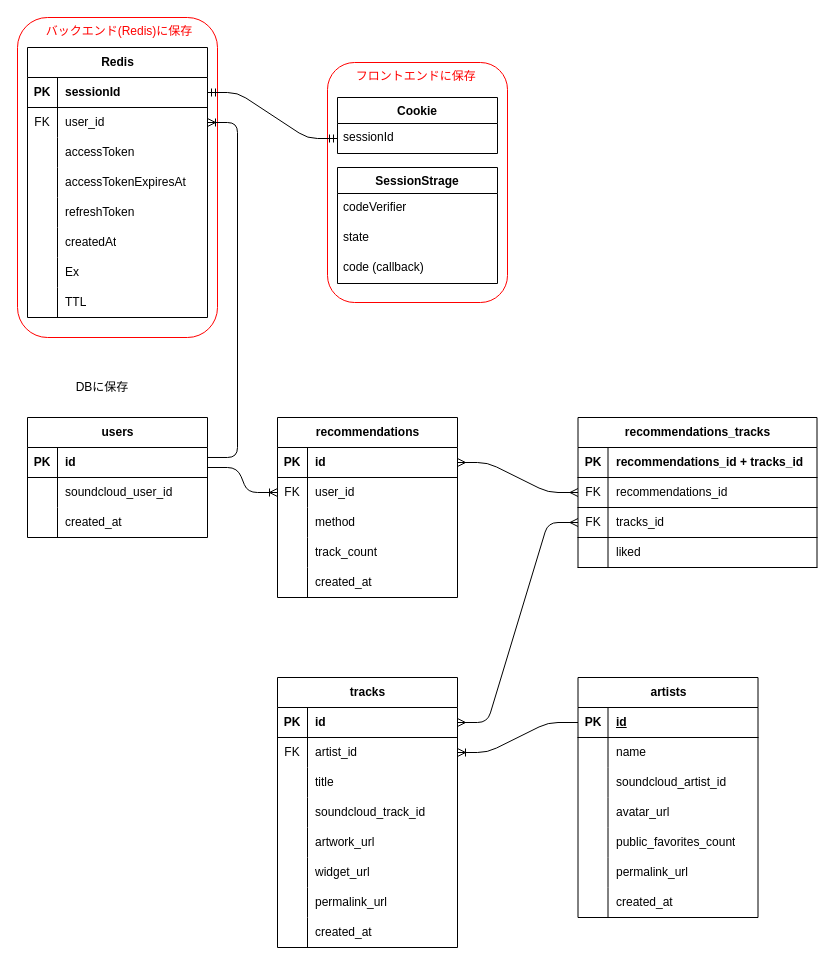
Before: docs/er-diagram.drawio in eito0518/digbeats-v3, a draw.io diagram. Source tidied: cells renumbered, new cells numbered last; positions are measured from the earlier drawing's top-left corner, leaving out a move shared by most shapes. Both pictures are drawn from the tidied source at 100%, with x=0, y=0 at pixel (17, 17).
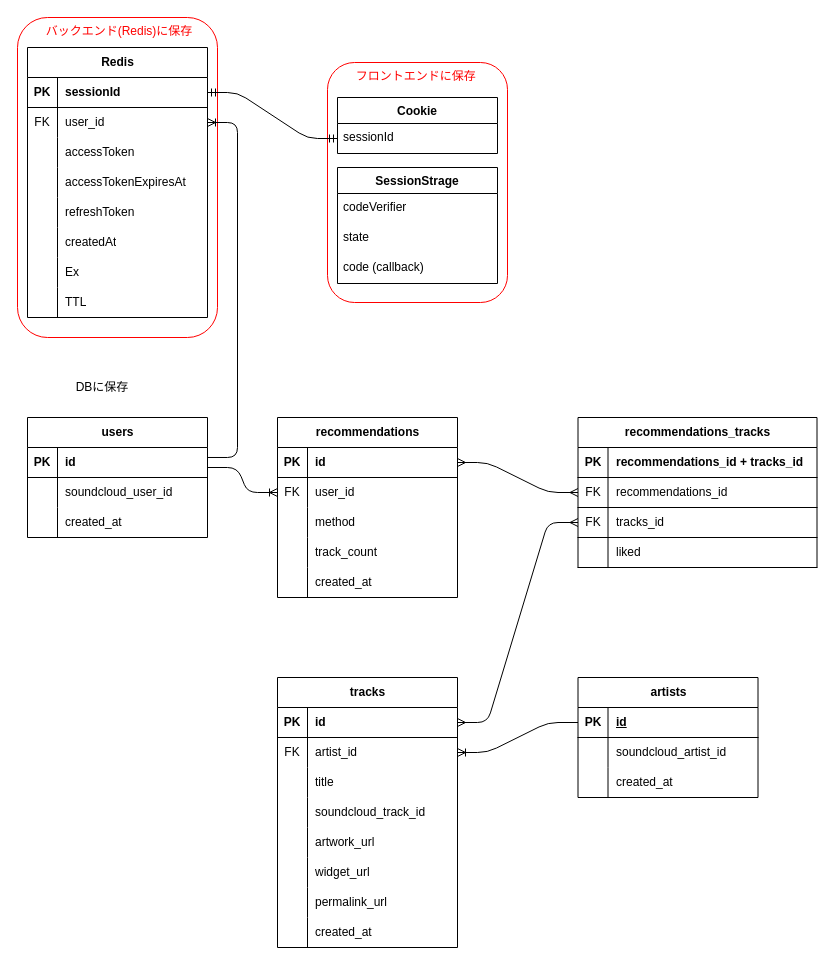
Above is the later version.

Commit message (it also covers changes not shown here):
feat(api): implement fetchFollowings API with ArtistInfo VO and update artists DB schema

What changed in the source:
```diff
@@
     <mxCell id="87" value="artists" style="shape=table;startSize=30;childLayout=tableLayout;rowLines=0;fontStyle=1;align=center;html=1;" parent="1" vertex="1">
-      <mxGeometry x="560.5" y="660" width="180" height="240" as="geometry" />
+      <mxGeometry x="560.5" y="660" width="180" height="120" as="geometry" />
     </mxCell>
@@
-    <mxCell id="91" style="shape=tableRow;horizontal=0;startSize=0;swimlaneHead=0;swimlaneBody=0;fillColor=none;top=0;left=0;right=0;bottom=0;" parent="87" vertex="1">
-      <mxGeometry y="60" width="180" height="30" as="geometry" />
-    </mxCell>
-    <mxCell id="92" style="shape=partialRectangle;fillColor=none;top=0;left=0;bottom=0;right=0;overflow=hidden;whiteSpace=wrap;html=1;" parent="91" vertex="1">
-      <mxGeometry width="30" height="30" as="geometry" />
-    </mxCell>
-    <mxCell id="93" value="name" style="shape=partialRectangle;fillColor=none;top=0;left=0;bottom=0;right=0;align=left;spacingLeft=6;overflow=hidden;whiteSpace=wrap;html=1;" parent="91" vertex="1">
-      <mxGeometry x="30" width="150" height="30" as="geometry" />
-    </mxCell>
     <mxCell id="94" style="shape=tableRow;horizontal=0;startSize=0;swimlaneHead=0;swimlaneBody=0;fillColor=none;top=0;left=0;right=0;bottom=0;" parent="87" vertex="1">
-      <mxGeometry y="90" width="180" height="30" as="geometry" />
+      <mxGeometry y="60" width="180" height="30" as="geometry" />
     </mxCell>
@@
-    <mxCell id="97" style="shape=tableRow;horizontal=0;startSize=0;swimlaneHead=0;swimlaneBody=0;fillColor=none;top=0;left=0;right=0;bottom=0;" parent="87" vertex="1">
-      <mxGeometry y="120" width="180" height="30" as="geometry" />
-    </mxCell>
-    <mxCell id="98" style="shape=partialRectangle;fillColor=none;top=0;left=0;bottom=0;right=0;overflow=hidden;whiteSpace=wrap;html=1;" parent="97" vertex="1">
-      <mxGeometry width="30" height="30" as="geometry" />
-    </mxCell>
-    <mxCell id="99" value="avatar_url" style="shape=partialRectangle;fillColor=none;top=0;left=0;bottom=0;right=0;align=left;spacingLeft=6;overflow=hidden;whiteSpace=wrap;html=1;" parent="97" vertex="1">
-      <mxGeometry x="30" width="150" height="30" as="geometry" />
-    </mxCell>
-    <mxCell id="100" style="shape=tableRow;horizontal=0;startSize=0;swimlaneHead=0;swimlaneBody=0;fillColor=none;top=0;left=0;right=0;bottom=0;" parent="87" vertex="1">
-      <mxGeometry y="150" width="180" height="30" as="geometry" />
-    </mxCell>
-    <mxCell id="101" style="shape=partialRectangle;fillColor=none;top=0;left=0;bottom=0;right=0;overflow=hidden;whiteSpace=wrap;html=1;" parent="100" vertex="1">
-      <mxGeometry width="30" height="30" as="geometry" />
-    </mxCell>
-    <mxCell id="102" value="public_favorites_count" style="shape=partialRectangle;fillColor=none;top=0;left=0;bottom=0;right=0;align=left;spacingLeft=6;overflow=hidden;whiteSpace=wrap;html=1;" parent="100" vertex="1">
-      <mxGeometry x="30" width="150" height="30" as="geometry" />
-    </mxCell>
-    <mxCell id="103" style="shape=tableRow;horizontal=0;startSize=0;swimlaneHead=0;swimlaneBody=0;fillColor=none;top=0;left=0;right=0;bottom=0;" parent="87" vertex="1">
-      <mxGeometry y="180" width="180" height="30" as="geometry" />
-    </mxCell>
-    <mxCell id="104" style="shape=partialRectangle;fillColor=none;top=0;left=0;bottom=0;right=0;overflow=hidden;whiteSpace=wrap;html=1;" parent="103" vertex="1">
-      <mxGeometry width="30" height="30" as="geometry" />
-    </mxCell>
-    <mxCell id="105" value="permalink_url" style="shape=partialRectangle;fillColor=none;top=0;left=0;bottom=0;right=0;align=left;spacingLeft=6;overflow=hidden;whiteSpace=wrap;html=1;" parent="103" vertex="1">
-      <mxGeometry x="30" width="150" height="30" as="geometry" />
-    </mxCell>
     <mxCell id="106" style="shape=tableRow;horizontal=0;startSize=0;swimlaneHead=0;swimlaneBody=0;fillColor=none;top=0;left=0;right=0;bottom=0;" parent="87" vertex="1">
-      <mxGeometry y="210" width="180" height="30" as="geometry" />
+      <mxGeometry y="90" width="180" height="30" as="geometry" />
     </mxCell>
```
